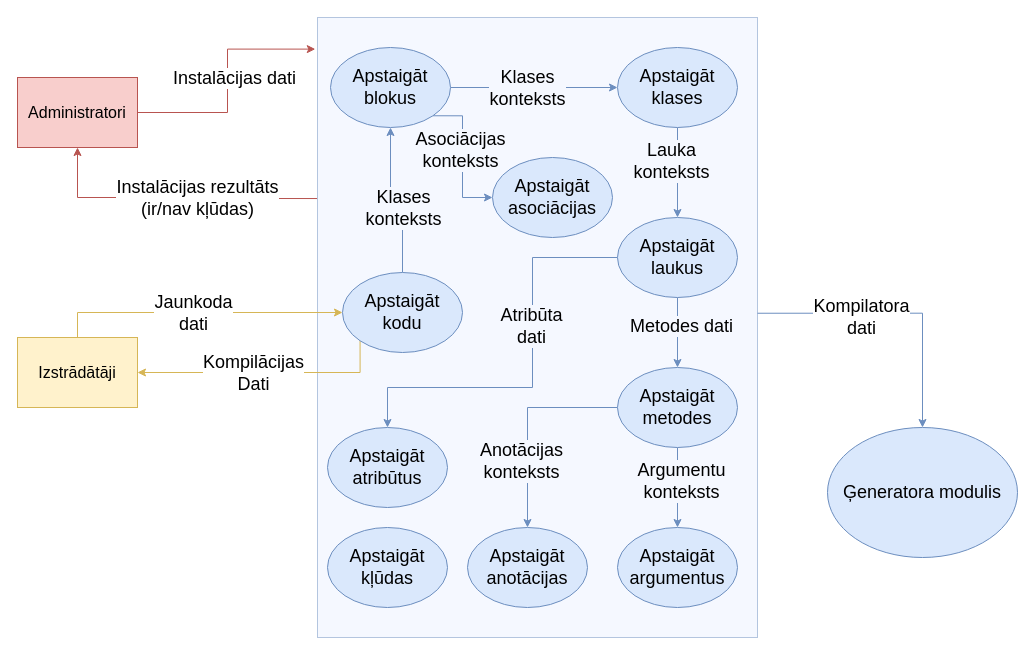
This is page "Kompilators" (4 of 9) of src/Kvalifikacijas darbs/Diagrammas/DPD.drawio from artiks12/webAppOS, a draw.io file, before an edit. Source tidied: cells renumbered, new cells numbered last; positions are measured from the earlier drawing's top-left corner, leaving out a move shared by most shapes. Both pictures are drawn from the tidied source at 100%, with x=0, y=0 at pixel (17, 17).
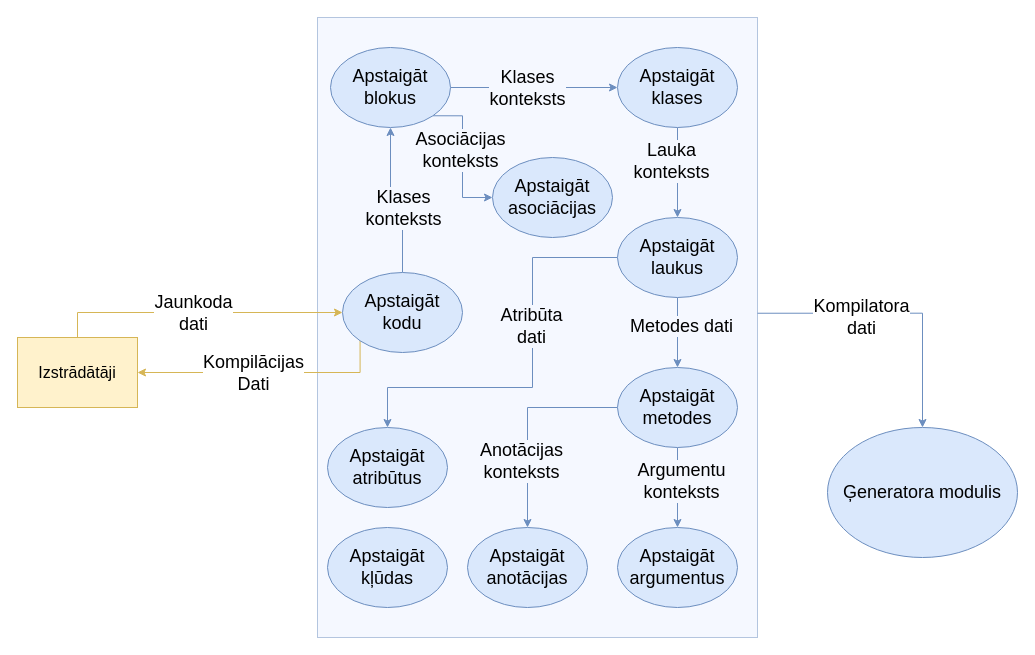
After the change.

The change refers to these unchanged cells:
```xml
<mxCell id="3" style="rounded=0;whiteSpace=wrap;html=1;dashed=1;dashPattern=1 1;fillColor=#F5F8FF;strokeColor=#6c8ebf;" parent="1" vertex="1">
  <mxGeometry x="300" width="440" height="620" as="geometry" />
</mxCell>
```

Change to the diagram source:
```diff
@@
-    <mxCell id="15" style="edgeStyle=orthogonalEdgeStyle;rounded=0;jettySize=auto;html=1;fillColor=#f8cecc;strokeColor=#b85450;entryX=0.5;entryY=1;entryDx=0;entryDy=0;exitX=-0.001;exitY=0.292;exitDx=0;exitDy=0;exitPerimeter=0;" parent="1" edge="1" source="3" target="22">
-      <mxGeometry relative="1" as="geometry">
-        <Array as="points">
-          <mxPoint x="258" y="181" />
-          <mxPoint x="258" y="180" />
-          <mxPoint x="60" y="180" />
-        </Array>
-      </mxGeometry>
-    </mxCell>
-    <mxCell id="16" value="&lt;font style=&quot;font-size: 18px&quot;&gt;Instalācijas rezultāts &lt;br&gt;(ir/nav kļūdas)&lt;/font&gt;" style="edgeLabel;html=1;align=center;verticalAlign=middle;" parent="15" vertex="1">
-      <mxGeometry x="0.06" y="2" relative="1" as="geometry">
-        <mxPoint x="33" y="-2" as="offset" />
-      </mxGeometry>
-    </mxCell>
@@
-    <mxCell id="20" style="edgeStyle=orthogonalEdgeStyle;rounded=0;jettySize=auto;html=1;fillColor=#f8cecc;strokeColor=#b85450;entryX=-0.005;entryY=0.051;entryDx=0;entryDy=0;entryPerimeter=0;" parent="1" edge="1" source="22" target="3">
-      <mxGeometry relative="1" as="geometry" />
-    </mxCell>
-    <mxCell id="21" value="&lt;font style=&quot;font-size: 18px&quot;&gt;Instalācijas dati&lt;/font&gt;" style="edgeLabel;html=1;align=center;verticalAlign=middle;" parent="20" vertex="1">
-      <mxGeometry x="-0.31" y="4" relative="1" as="geometry">
-        <mxPoint x="13" y="-31" as="offset" />
-      </mxGeometry>
-    </mxCell>
-    <mxCell id="22" value="&lt;font size=&quot;3&quot;&gt;Administratori&lt;br&gt;&lt;/font&gt;" style="rounded=0;whiteSpace=wrap;html=1;fillColor=#f8cecc;strokeColor=#b85450;" parent="1" vertex="1">
-      <mxGeometry y="60" width="120" height="70" as="geometry" />
-    </mxCell>
```
